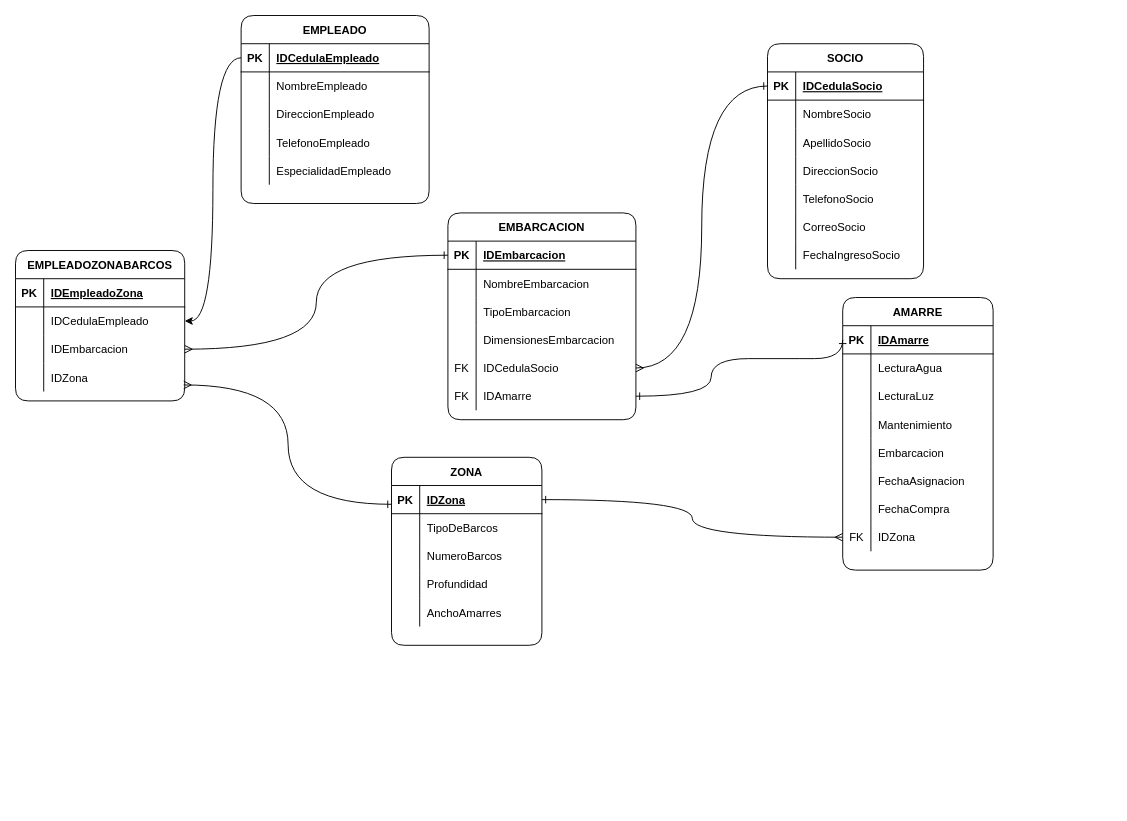
Earlier version of the draw.io diagram bases de datos/ejercicio 26-10-21/ejercicio 1.drawio (Krono159/bases-de-datos). Source tidied: cells renumbered, new cells numbered last; positions are measured from the earlier drawing's top-left corner, leaving out a move shared by most shapes. Both pictures are drawn from the tidied source at 94%, with x=0, y=0 at pixel (15, 15).
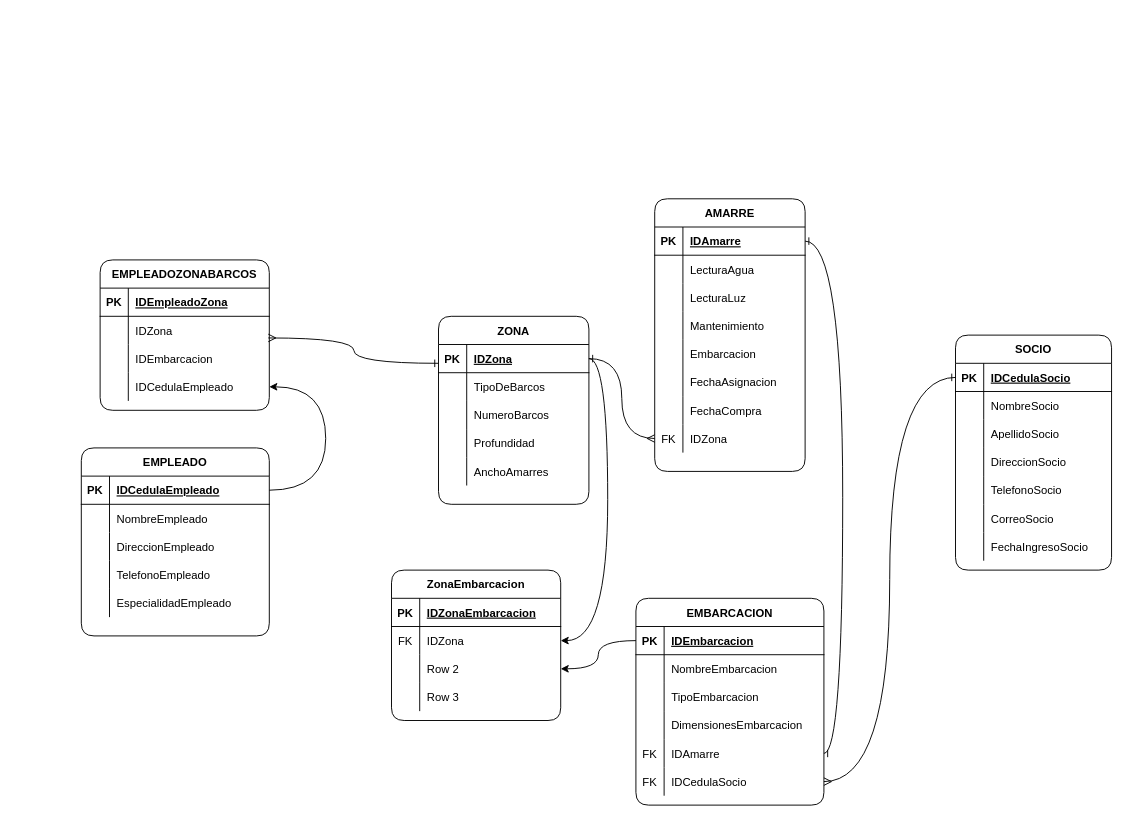
The same diagram, later.

The change refers to these unchanged cells:
```xml
<mxCell id="4" style="shape=partialRectangle;fillColor=none;top=0;left=0;bottom=1;right=0;points=[[0,0.5],[1,0.5]];portConstraint=eastwest;rounded=1;" parent="3" vertex="1">
  <mxGeometry y="30" width="160" height="30" as="geometry" />
</mxCell>
<mxCell id="20" style="shape=partialRectangle;fillColor=none;top=0;left=0;bottom=1;right=0;points=[[0,0.5],[1,0.5]];portConstraint=eastwest;rounded=1;" parent="19" vertex="1">
  <mxGeometry y="30" width="200" height="30" as="geometry" />
</mxCell>
<mxCell id="36" style="shape=partialRectangle;fillColor=none;top=0;left=0;bottom=1;right=0;points=[[0,0.5],[1,0.5]];portConstraint=eastwest;rounded=1;" parent="35" vertex="1">
  <mxGeometry y="30" width="160" height="30" as="geometry" />
</mxCell>
<mxCell id="57" style="shape=partialRectangle;fillColor=none;top=0;left=0;bottom=0;right=0;points=[[0,0.5],[1,0.5]];portConstraint=eastwest;rounded=1;" parent="35" vertex="1">
  <mxGeometry y="240" width="160" height="30" as="geometry" />
</mxCell>
<mxCell id="61" style="shape=partialRectangle;fillColor=none;top=0;left=0;bottom=1;right=0;points=[[0,0.5],[1,0.5]];portConstraint=eastwest;rounded=1;" parent="60" vertex="1">
  <mxGeometry y="30" width="200" height="30" as="geometry" />
</mxCell>
<mxCell id="80" style="shape=partialRectangle;fillColor=none;top=0;left=0;bottom=1;right=0;points=[[0,0.5],[1,0.5]];portConstraint=eastwest;rounded=1;" parent="79" vertex="1">
  <mxGeometry y="30" width="166" height="30" as="geometry" />
</mxCell>
```

What changed in the source:
```diff
@@
-    <mxCell id="2" style="edgeStyle=orthogonalEdgeStyle;curved=1;rounded=1;jettySize=auto;html=1;exitX=0;exitY=0.25;exitDx=0;exitDy=0;entryX=0.994;entryY=0.767;entryDx=0;entryDy=0;entryPerimeter=0;startArrow=ERone;startFill=0;endArrow=ERmany;endFill=0;" parent="1" edge="1" source="3" target="113">
+    <mxCell id="2" style="edgeStyle=orthogonalEdgeStyle;jettySize=auto;html=1;exitX=0;exitY=0.25;exitDx=0;exitDy=0;entryX=0.994;entryY=0.767;entryDx=0;entryDy=0;entryPerimeter=0;startArrow=ERone;startFill=0;endArrow=ERmany;endFill=0;curved=1;" parent="1" edge="1" source="3" target="113">
       <mxGeometry relative="1" as="geometry" />
     </mxCell>
     <mxCell id="3" value="ZONA" style="shape=table;startSize=30;childLayout=tableLayout;rowLines=0;fontStyle=1;align=center;rounded=1;" parent="1" vertex="1">
-      <mxGeometry x="400" y="470" width="160" height="200" as="geometry" />
+      <mxGeometry x="450" y="320" width="160" height="200" as="geometry" />
     </mxCell>
@@
     <mxCell id="19" value="EMPLEADO" style="shape=table;startSize=30;childLayout=tableLayout;rowLines=0;fontStyle=1;align=center;rounded=1;" parent="1" vertex="1">
-      <mxGeometry x="240" width="200" height="200" as="geometry" />
+      <mxGeometry x="70" y="460" width="200" height="200" as="geometry" />
     </mxCell>
@@
     <mxCell id="35" value="AMARRE" style="shape=table;startSize=30;childLayout=tableLayout;rowLines=0;fontStyle=1;align=center;rounded=1;" parent="1" vertex="1">
-      <mxGeometry x="880" y="300" width="160" height="290" as="geometry" />
+      <mxGeometry x="680" y="195" width="160" height="290" as="geometry" />
     </mxCell>
@@
     <mxCell id="60" value="EMBARCACION" style="shape=table;startSize=30;childLayout=tableLayout;rowLines=0;fontStyle=1;align=center;rounded=1;" parent="1" vertex="1">
-      <mxGeometry x="460" y="210" width="200" height="220" as="geometry" />
+      <mxGeometry x="660" y="620" width="200" height="220" as="geometry" />
     </mxCell>
@@
+    <mxCell id="76" style="shape=partialRectangle;fillColor=none;top=0;left=0;bottom=0;right=0;points=[[0,0.5],[1,0.5]];portConstraint=eastwest;rounded=1;" parent="60" vertex="1">
+      <mxGeometry y="150" width="200" height="30" as="geometry" />
+    </mxCell>
+    <mxCell id="77" value="FK" style="shape=partialRectangle;fillColor=none;top=0;left=0;bottom=0;right=0;overflow=hidden;rounded=1;" parent="76" vertex="1">
+      <mxGeometry width="30" height="30" as="geometry" />
+    </mxCell>
+    <mxCell id="78" value="IDAmarre" style="shape=partialRectangle;fillColor=none;top=0;left=0;bottom=0;right=0;align=left;spacingLeft=6;overflow=hidden;rounded=1;" parent="76" vertex="1">
+      <mxGeometry x="30" width="170" height="30" as="geometry" />
+    </mxCell>
     <mxCell id="73" style="shape=partialRectangle;fillColor=none;top=0;left=0;bottom=0;right=0;points=[[0,0.5],[1,0.5]];portConstraint=eastwest;rounded=1;" parent="60" vertex="1">
-      <mxGeometry y="150" width="200" height="30" as="geometry" />
+      <mxGeometry y="180" width="200" height="30" as="geometry" />
     </mxCell>
@@
-    <mxCell id="76" style="shape=partialRectangle;fillColor=none;top=0;left=0;bottom=0;right=0;points=[[0,0.5],[1,0.5]];portConstraint=eastwest;rounded=1;" parent="60" vertex="1">
-      <mxGeometry y="180" width="200" height="30" as="geometry" />
-    </mxCell>
-    <mxCell id="77" value="FK" style="shape=partialRectangle;fillColor=none;top=0;left=0;bottom=0;right=0;overflow=hidden;rounded=1;" parent="76" vertex="1">
-      <mxGeometry width="30" height="30" as="geometry" />
-    </mxCell>
-    <mxCell id="78" value="IDAmarre" style="shape=partialRectangle;fillColor=none;top=0;left=0;bottom=0;right=0;align=left;spacingLeft=6;overflow=hidden;rounded=1;" parent="76" vertex="1">
-      <mxGeometry x="30" width="170" height="30" as="geometry" />
-    </mxCell>
     <mxCell id="79" value="SOCIO" style="shape=table;startSize=30;childLayout=tableLayout;rowLines=0;fontStyle=1;align=center;rounded=1;" parent="1" vertex="1">
-      <mxGeometry x="800" y="30" width="166" height="250" as="geometry" />
+      <mxGeometry x="1000" y="340" width="166" height="250" as="geometry" />
     </mxCell>
@@
-    <mxCell id="101" style="edgeStyle=orthogonalEdgeStyle;jettySize=auto;html=1;curved=1;startArrow=ERone;startFill=0;endArrow=ERmany;endFill=0;" parent="1" edge="1" source="80" target="73">
+    <mxCell id="101" style="edgeStyle=orthogonalEdgeStyle;jettySize=auto;html=1;startArrow=ERone;startFill=0;endArrow=ERmany;endFill=0;curved=1;" parent="1" edge="1" source="80" target="73">
       <mxGeometry relative="1" as="geometry" />
     </mxCell>
-    <mxCell id="102" style="edgeStyle=orthogonalEdgeStyle;jettySize=auto;html=1;entryX=1;entryY=0.5;entryDx=0;entryDy=0;exitX=0;exitY=0.5;exitDx=0;exitDy=0;curved=1;endArrow=ERone;endFill=0;startArrow=ERone;startFill=0;" parent="1" edge="1" source="36" target="76">
-      <mxGeometry relative="1" as="geometry">
-        <Array as="points">
-          <mxPoint x="820" y="365" />
-          <mxPoint x="740" y="365" />
-          <mxPoint x="740" y="385" />
-        </Array>
-      </mxGeometry>
+    <mxCell id="102" style="edgeStyle=orthogonalEdgeStyle;jettySize=auto;html=1;entryX=1;entryY=0.5;entryDx=0;entryDy=0;exitX=1;exitY=0.5;exitDx=0;exitDy=0;endArrow=ERone;endFill=0;startArrow=ERone;startFill=0;curved=1;" parent="1" edge="1" source="36" target="76">
+      <mxGeometry relative="1" as="geometry" />
     </mxCell>
     <mxCell id="103" value="EMPLEADOZONABARCOS" style="shape=table;startSize=30;childLayout=tableLayout;rowLines=0;fontStyle=1;align=center;rounded=1;" parent="1" vertex="1">
-      <mxGeometry y="250" width="180" height="160" as="geometry" />
+      <mxGeometry x="90" y="260" width="180" height="160" as="geometry" />
     </mxCell>
@@
+    <mxCell id="113" style="shape=partialRectangle;fillColor=none;top=0;left=0;bottom=0;right=0;points=[[0,0.5],[1,0.5]];portConstraint=eastwest;rounded=1;" parent="103" vertex="1">
+      <mxGeometry y="60" width="180" height="30" as="geometry" />
+    </mxCell>
+    <mxCell id="114" style="shape=partialRectangle;fillColor=none;top=0;left=0;bottom=0;right=0;overflow=hidden;rounded=1;" parent="113" vertex="1">
+      <mxGeometry width="30" height="30" as="geometry" />
+    </mxCell>
+    <mxCell id="115" value="IDZona" style="shape=partialRectangle;fillColor=none;top=0;left=0;bottom=0;right=0;align=left;spacingLeft=6;overflow=hidden;rounded=1;" parent="113" vertex="1">
+      <mxGeometry x="30" width="150" height="30" as="geometry" />
+    </mxCell>
+    <mxCell id="110" style="shape=partialRectangle;fillColor=none;top=0;left=0;bottom=0;right=0;points=[[0,0.5],[1,0.5]];portConstraint=eastwest;rounded=1;" parent="103" vertex="1">
+      <mxGeometry y="90" width="180" height="30" as="geometry" />
+    </mxCell>
+    <mxCell id="111" style="shape=partialRectangle;fillColor=none;top=0;left=0;bottom=0;right=0;overflow=hidden;rounded=1;" parent="110" vertex="1">
+      <mxGeometry width="30" height="30" as="geometry" />
+    </mxCell>
+    <mxCell id="112" value="IDEmbarcacion" style="shape=partialRectangle;fillColor=none;top=0;left=0;bottom=0;right=0;align=left;spacingLeft=6;overflow=hidden;rounded=1;" parent="110" vertex="1">
+      <mxGeometry x="30" width="150" height="30" as="geometry" />
+    </mxCell>
     <mxCell id="107" style="shape=partialRectangle;fillColor=none;top=0;left=0;bottom=0;right=0;points=[[0,0.5],[1,0.5]];portConstraint=eastwest;rounded=1;" parent="103" vertex="1">
-      <mxGeometry y="60" width="180" height="30" as="geometry" />
+      <mxGeometry y="120" width="180" height="30" as="geometry" />
     </mxCell>
@@
-    <mxCell id="110" style="shape=partialRectangle;fillColor=none;top=0;left=0;bottom=0;right=0;points=[[0,0.5],[1,0.5]];portConstraint=eastwest;rounded=1;" parent="103" vertex="1">
-      <mxGeometry y="90" width="180" height="30" as="geometry" />
-    </mxCell>
-    <mxCell id="111" style="shape=partialRectangle;fillColor=none;top=0;left=0;bottom=0;right=0;overflow=hidden;rounded=1;" parent="110" vertex="1">
-      <mxGeometry width="30" height="30" as="geometry" />
-    </mxCell>
-    <mxCell id="112" value="IDEmbarcacion" style="shape=partialRectangle;fillColor=none;top=0;left=0;bottom=0;right=0;align=left;spacingLeft=6;overflow=hidden;rounded=1;" parent="110" vertex="1">
-      <mxGeometry x="30" width="150" height="30" as="geometry" />
-    </mxCell>
-    <mxCell id="113" style="shape=partialRectangle;fillColor=none;top=0;left=0;bottom=0;right=0;points=[[0,0.5],[1,0.5]];portConstraint=eastwest;rounded=1;" parent="103" vertex="1">
-      <mxGeometry y="120" width="180" height="30" as="geometry" />
-    </mxCell>
-    <mxCell id="114" style="shape=partialRectangle;fillColor=none;top=0;left=0;bottom=0;right=0;overflow=hidden;rounded=1;" parent="113" vertex="1">
-      <mxGeometry width="30" height="30" as="geometry" />
-    </mxCell>
-    <mxCell id="115" value="IDZona" style="shape=partialRectangle;fillColor=none;top=0;left=0;bottom=0;right=0;align=left;spacingLeft=6;overflow=hidden;rounded=1;" parent="113" vertex="1">
-      <mxGeometry x="30" width="150" height="30" as="geometry" />
-    </mxCell>
-    <mxCell id="116" style="edgeStyle=orthogonalEdgeStyle;curved=1;rounded=1;jettySize=auto;html=1;entryX=0;entryY=0.5;entryDx=0;entryDy=0;startArrow=ERone;startFill=0;endArrow=ERmany;endFill=0;" parent="1" edge="1" source="4" target="57">
+    <mxCell id="116" style="edgeStyle=orthogonalEdgeStyle;jettySize=auto;html=1;entryX=0;entryY=0.5;entryDx=0;entryDy=0;startArrow=ERone;startFill=0;endArrow=ERmany;endFill=0;curved=1;" parent="1" edge="1" source="4" target="57">
       <mxGeometry relative="1" as="geometry" />
     </mxCell>
-    <mxCell id="117" style="edgeStyle=orthogonalEdgeStyle;curved=1;rounded=1;jettySize=auto;html=1;entryX=1;entryY=0.5;entryDx=0;entryDy=0;" parent="1" edge="1" source="20" target="107">
-      <mxGeometry relative="1" as="geometry" />
+    <mxCell id="117" style="edgeStyle=orthogonalEdgeStyle;jettySize=auto;html=1;entryX=1;entryY=0.5;entryDx=0;entryDy=0;exitX=1;exitY=0.5;exitDx=0;exitDy=0;curved=1;" parent="1" edge="1" source="20" target="107">
+      <mxGeometry relative="1" as="geometry">
+        <Array as="points">
+          <mxPoint x="330" y="505" />
+          <mxPoint x="330" y="395" />
+        </Array>
+      </mxGeometry>
     </mxCell>
-    <mxCell id="118" style="edgeStyle=orthogonalEdgeStyle;curved=1;rounded=1;jettySize=auto;html=1;entryX=1;entryY=0.5;entryDx=0;entryDy=0;startArrow=ERone;startFill=0;endArrow=ERmany;endFill=0;" parent="1" edge="1" source="61" target="110">
-      <mxGeometry relative="1" as="geometry" />
-    </mxCell>
+    <mxCell id="119" value="ZonaEmbarcacion" style="shape=table;startSize=30;childLayout=tableLayout;rowLines=0;fontStyle=1;align=center;sketch=0;rounded=1;" parent="1" vertex="1">
+      <mxGeometry x="400" y="590" width="180" height="160" as="geometry" />
+    </mxCell>
+    <mxCell id="120" style="shape=partialRectangle;fillColor=none;top=0;left=0;bottom=1;right=0;sketch=0;rounded=1;" parent="119" vertex="1">
+      <mxGeometry y="30" width="180" height="30" as="geometry" />
+    </mxCell>
+    <mxCell id="121" value="PK" style="shape=partialRectangle;fillColor=none;top=0;left=0;bottom=0;right=0;fontStyle=1;overflow=hidden;sketch=0;rounded=1;" parent="120" vertex="1">
+      <mxGeometry width="30" height="30" as="geometry" />
+    </mxCell>
+    <mxCell id="122" value="IDZonaEmbarcacion" style="shape=partialRectangle;fillColor=none;top=0;left=0;bottom=0;right=0;align=left;spacingLeft=6;fontStyle=5;overflow=hidden;sketch=0;rounded=1;" parent="120" vertex="1">
+      <mxGeometry x="30" width="150" height="30" as="geometry" />
+    </mxCell>
+    <mxCell id="123" style="shape=partialRectangle;fillColor=none;top=0;left=0;bottom=0;right=0;points=[[0,0.5],[1,0.5]];portConstraint=eastwest;sketch=0;rounded=1;" parent="119" vertex="1">
+      <mxGeometry y="60" width="180" height="30" as="geometry" />
+    </mxCell>
+    <mxCell id="124" value="FK" style="shape=partialRectangle;fillColor=none;top=0;left=0;bottom=0;right=0;overflow=hidden;sketch=0;rounded=1;" parent="123" vertex="1">
+      <mxGeometry width="30" height="30" as="geometry" />
+    </mxCell>
+    <mxCell id="125" value="IDZona" style="shape=partialRectangle;fillColor=none;top=0;left=0;bottom=0;right=0;align=left;spacingLeft=6;overflow=hidden;sketch=0;rounded=1;" parent="123" vertex="1">
+      <mxGeometry x="30" width="150" height="30" as="geometry" />
+    </mxCell>
+    <mxCell id="126" style="shape=partialRectangle;fillColor=none;top=0;left=0;bottom=0;right=0;points=[[0,0.5],[1,0.5]];portConstraint=eastwest;sketch=0;rounded=1;" parent="119" vertex="1">
+      <mxGeometry y="90" width="180" height="30" as="geometry" />
+    </mxCell>
+    <mxCell id="127" style="shape=partialRectangle;fillColor=none;top=0;left=0;bottom=0;right=0;overflow=hidden;sketch=0;rounded=1;" parent="126" vertex="1">
+      <mxGeometry width="30" height="30" as="geometry" />
+    </mxCell>
+    <mxCell id="128" value="Row 2" style="shape=partialRectangle;fillColor=none;top=0;left=0;bottom=0;right=0;align=left;spacingLeft=6;overflow=hidden;sketch=0;rounded=1;" parent="126" vertex="1">
+      <mxGeometry x="30" width="150" height="30" as="geometry" />
+    </mxCell>
+    <mxCell id="129" style="shape=partialRectangle;fillColor=none;top=0;left=0;bottom=0;right=0;sketch=0;rounded=1;" parent="119" vertex="1">
+      <mxGeometry y="120" width="180" height="30" as="geometry" />
+    </mxCell>
+    <mxCell id="130" style="shape=partialRectangle;fillColor=none;top=0;left=0;bottom=0;right=0;overflow=hidden;sketch=0;rounded=1;" parent="129" vertex="1">
+      <mxGeometry width="30" height="30" as="geometry" />
+    </mxCell>
+    <mxCell id="131" value="Row 3" style="shape=partialRectangle;fillColor=none;top=0;left=0;bottom=0;right=0;align=left;spacingLeft=6;overflow=hidden;sketch=0;rounded=1;" parent="129" vertex="1">
+      <mxGeometry x="30" width="150" height="30" as="geometry" />
+    </mxCell>
+    <mxCell id="132" style="edgeStyle=orthogonalEdgeStyle;curved=1;rounded=1;sketch=0;jettySize=auto;html=1;exitX=1;exitY=0.5;exitDx=0;exitDy=0;entryX=1;entryY=0.5;entryDx=0;entryDy=0;" parent="1" edge="1" source="4" target="123">
+      <mxGeometry relative="1" as="geometry" />
+    </mxCell>
+    <mxCell id="133" style="edgeStyle=orthogonalEdgeStyle;curved=1;rounded=1;sketch=0;jettySize=auto;html=1;exitX=0;exitY=0.5;exitDx=0;exitDy=0;entryX=1;entryY=0.5;entryDx=0;entryDy=0;" parent="1" edge="1" source="61" target="126">
+      <mxGeometry relative="1" as="geometry" />
+    </mxCell>
```
